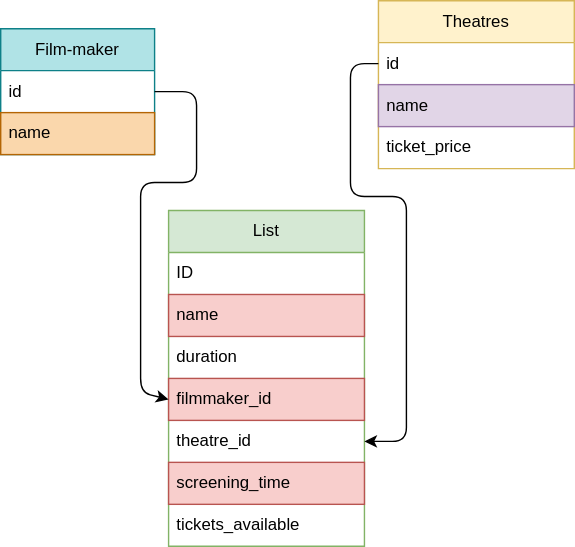
Above: domain.svg in gayle24/filmsea-film-theatre-app (draw.io), before the change. Source tidied: cells renumbered, new cells last; positions are measured from the earlier drawing's top-left corner, leaving out a move shared by most shapes. Source of this version:
```xml
<mxGraphModel>
  <root>
    <mxCell id="0" />
    <mxCell id="1" parent="0" />
    <mxCell id="2" value="Film-maker" style="swimlane;fontStyle=0;horizontal=1;startSize=30;whiteSpace=wrap;html=1;fillColor=#b0e3e6;strokeColor=#0e8088;" parent="1" vertex="1">
      <mxGeometry y="20" width="110" height="90" as="geometry" />
    </mxCell>
    <mxCell id="3" value="id" style="text;strokeColor=none;fillColor=none;align=left;verticalAlign=middle;spacingLeft=4;spacingRight=4;overflow=hidden;points=[[0,0.5],[1,0.5]];portConstraint=eastwest;whiteSpace=wrap;html=1;" parent="2" vertex="1">
      <mxGeometry y="30" width="110" height="30" as="geometry" />
    </mxCell>
    <mxCell id="4" value="name" style="text;fillColor=#fad7ac;align=left;verticalAlign=middle;spacingLeft=4;spacingRight=4;overflow=hidden;whiteSpace=wrap;html=1;strokeColor=#b46504;" parent="2" vertex="1">
      <mxGeometry y="60" width="110" height="30" as="geometry" />
    </mxCell>
    <mxCell id="5" value="List" style="swimlane;fontStyle=0;horizontal=1;startSize=30;whiteSpace=wrap;html=1;fillColor=#d5e8d4;strokeColor=#82b366;" parent="1" vertex="1">
      <mxGeometry x="120" y="150" width="140" height="240" as="geometry" />
    </mxCell>
    <mxCell id="6" value="ID" style="text;strokeColor=none;fillColor=none;align=left;verticalAlign=middle;spacingLeft=4;spacingRight=4;overflow=hidden;whiteSpace=wrap;html=1;" parent="5" vertex="1">
      <mxGeometry y="30" width="140" height="30" as="geometry" />
    </mxCell>
    <mxCell id="7" value="name" style="text;strokeColor=#b85450;fillColor=#f8cecc;align=left;verticalAlign=middle;spacingLeft=4;spacingRight=4;overflow=hidden;whiteSpace=wrap;html=1;" parent="5" vertex="1">
      <mxGeometry y="60" width="140" height="30" as="geometry" />
    </mxCell>
    <mxCell id="8" value="duration" style="text;strokeColor=none;fillColor=none;align=left;verticalAlign=middle;spacingLeft=4;spacingRight=4;overflow=hidden;whiteSpace=wrap;html=1;" parent="5" vertex="1">
      <mxGeometry y="90" width="140" height="30" as="geometry" />
    </mxCell>
    <mxCell id="9" value="filmmaker_id" style="text;strokeColor=#b85450;fillColor=#f8cecc;align=left;verticalAlign=middle;spacingLeft=4;spacingRight=4;overflow=hidden;points=[[0,0.5],[1,0.5]];portConstraint=eastwest;whiteSpace=wrap;html=1;" parent="5" vertex="1">
      <mxGeometry y="120" width="140" height="30" as="geometry" />
    </mxCell>
    <mxCell id="10" value="theatre_id" style="text;strokeColor=none;fillColor=none;align=left;verticalAlign=middle;spacingLeft=4;spacingRight=4;overflow=hidden;points=[[0,0.5],[1,0.5]];portConstraint=eastwest;whiteSpace=wrap;html=1;" parent="5" vertex="1">
      <mxGeometry y="150" width="140" height="30" as="geometry" />
    </mxCell>
    <mxCell id="11" value="screening_time&amp;nbsp;" style="text;strokeColor=#b85450;fillColor=#f8cecc;align=left;verticalAlign=middle;spacingLeft=4;spacingRight=4;overflow=hidden;whiteSpace=wrap;html=1;" parent="5" vertex="1">
      <mxGeometry y="180" width="140" height="30" as="geometry" />
    </mxCell>
    <mxCell id="12" value="tickets_available" style="text;strokeColor=none;fillColor=none;align=left;verticalAlign=middle;spacingLeft=4;spacingRight=4;overflow=hidden;whiteSpace=wrap;html=1;" parent="5" vertex="1">
      <mxGeometry y="210" width="140" height="30" as="geometry" />
    </mxCell>
    <mxCell id="13" style="edgeStyle=none;html=1;entryX=0;entryY=0.5;entryDx=0;entryDy=0;exitX=1;exitY=0.5;exitDx=0;exitDy=0;" parent="1" edge="1" source="3" target="9">
      <mxGeometry relative="1" as="geometry">
        <Array as="points">
          <mxPoint x="140" y="65" />
          <mxPoint x="140" y="130" />
          <mxPoint x="100" y="130" />
          <mxPoint x="100" y="280" />
        </Array>
      </mxGeometry>
    </mxCell>
    <mxCell id="14" value="Theatres" style="swimlane;fontStyle=0;horizontal=1;startSize=30;whiteSpace=wrap;html=1;fillColor=#fff2cc;strokeColor=#d6b656;" parent="1" vertex="1">
      <mxGeometry x="270" width="140" height="120" as="geometry" />
    </mxCell>
    <mxCell id="15" value="id" style="text;strokeColor=none;fillColor=none;align=left;verticalAlign=middle;spacingLeft=4;spacingRight=4;overflow=hidden;points=[[0,0.5],[1,0.5]];portConstraint=eastwest;whiteSpace=wrap;html=1;" parent="14" vertex="1">
      <mxGeometry y="30" width="140" height="30" as="geometry" />
    </mxCell>
    <mxCell id="16" value="name" style="text;strokeColor=#9673a6;fillColor=#e1d5e7;align=left;verticalAlign=middle;spacingLeft=4;spacingRight=4;overflow=hidden;whiteSpace=wrap;html=1;" parent="14" vertex="1">
      <mxGeometry y="60" width="140" height="30" as="geometry" />
    </mxCell>
    <mxCell id="17" value="ticket_price" style="text;align=left;verticalAlign=middle;spacingLeft=4;spacingRight=4;overflow=hidden;whiteSpace=wrap;html=1;" parent="14" vertex="1">
      <mxGeometry y="90" width="140" height="30" as="geometry" />
    </mxCell>
    <mxCell id="18" style="edgeStyle=none;html=1;entryX=1;entryY=0.5;entryDx=0;entryDy=0;" parent="1" edge="1" source="15" target="10">
      <mxGeometry relative="1" as="geometry">
        <Array as="points">
          <mxPoint x="250" y="45" />
          <mxPoint x="250" y="140" />
          <mxPoint x="290" y="140" />
          <mxPoint x="290" y="315" />
        </Array>
      </mxGeometry>
    </mxCell>
  </root>
</mxGraphModel>
```
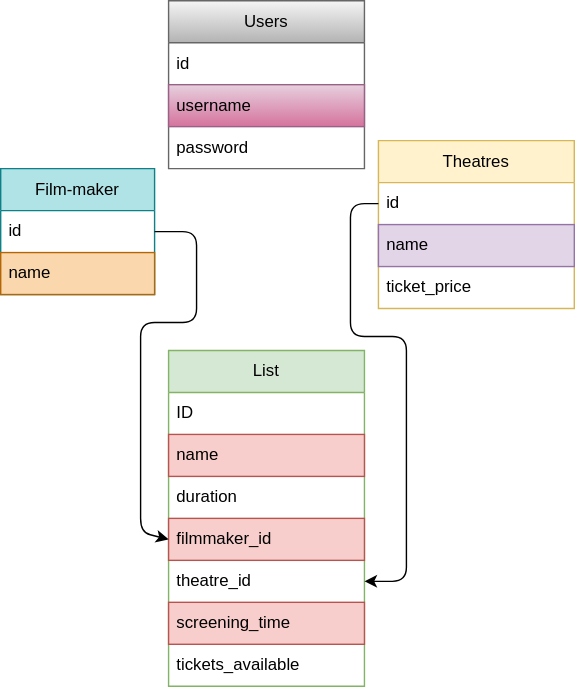
Later version of the same file.

Change to the diagram source:
```diff
@@ -67,5 +67,17 @@
         </Array>
       </mxGeometry>
     </mxCell>
+    <mxCell id="19" value="Users" style="swimlane;fontStyle=0;horizontal=1;startSize=30;whiteSpace=wrap;html=1;fillColor=#f5f5f5;gradientColor=#b3b3b3;strokeColor=#666666;" parent="1" vertex="1">
+      <mxGeometry x="120" y="-100" width="140" height="120" as="geometry" />
+    </mxCell>
+    <mxCell id="20" value="id" style="text;strokeColor=none;fillColor=none;align=left;verticalAlign=middle;spacingLeft=4;spacingRight=4;overflow=hidden;whiteSpace=wrap;html=1;" parent="19" vertex="1">
+      <mxGeometry y="30" width="140" height="30" as="geometry" />
+    </mxCell>
+    <mxCell id="21" value="username" style="text;strokeColor=#996185;fillColor=#e6d0de;align=left;verticalAlign=middle;spacingLeft=4;spacingRight=4;overflow=hidden;whiteSpace=wrap;html=1;gradientColor=#d5739d;" parent="19" vertex="1">
+      <mxGeometry y="60" width="140" height="30" as="geometry" />
+    </mxCell>
+    <mxCell id="22" value="password" style="text;strokeColor=none;fillColor=none;align=left;verticalAlign=middle;spacingLeft=4;spacingRight=4;overflow=hidden;whiteSpace=wrap;html=1;" parent="19" vertex="1">
+      <mxGeometry y="90" width="140" height="30" as="geometry" />
+    </mxCell>
   </root>
 </mxGraphModel>
```
